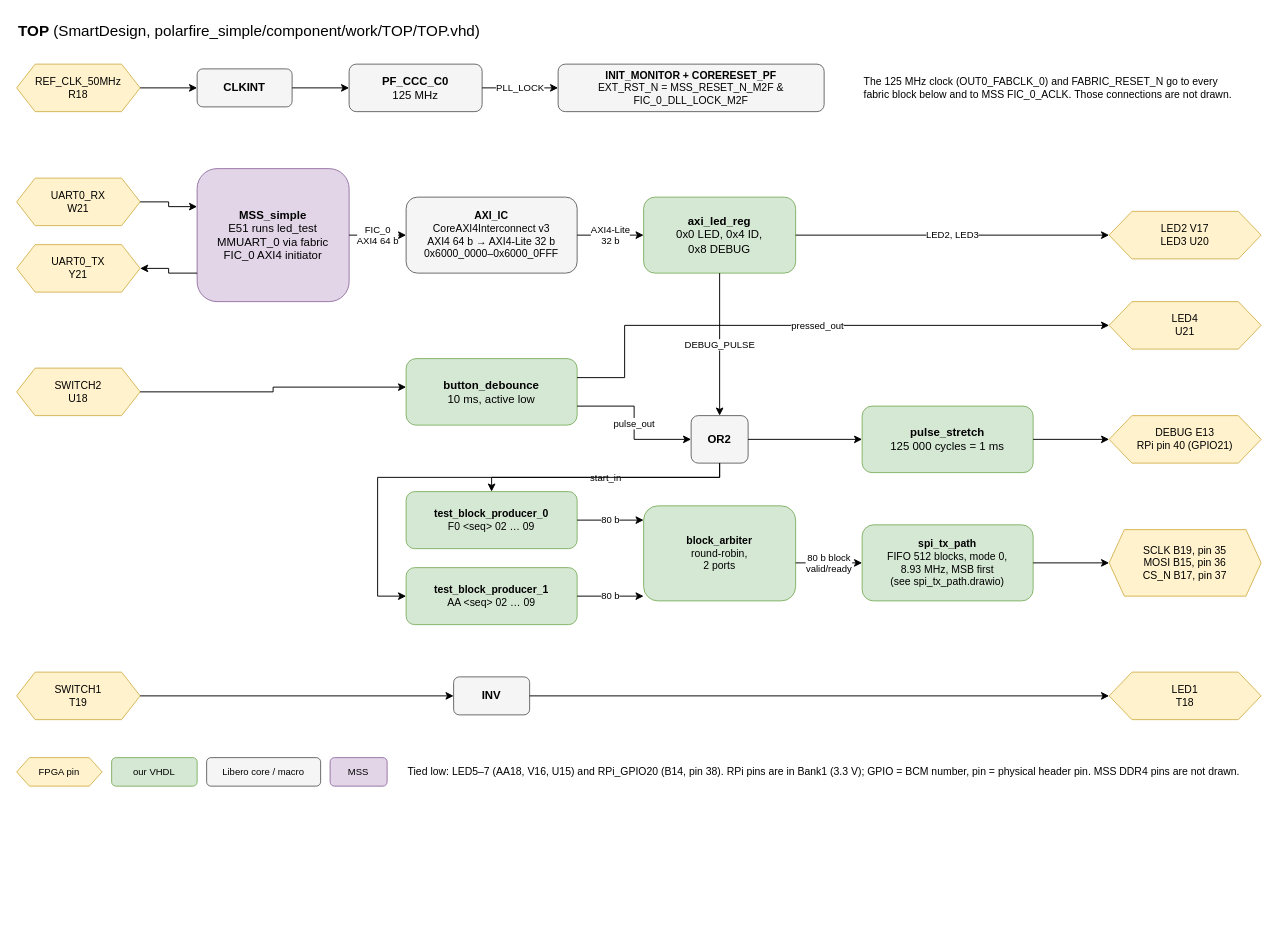
Earlier version of the draw.io diagram documentation/top_level.drawio (jenswilly/polarfire_simple). Source tidied: cells renumbered, new cells numbered last; positions are measured from the earlier drawing's top-left corner, leaving out a move shared by most shapes. Both pictures are drawn from the tidied source at 95%, with x=0, y=0 at pixel (16, 16).
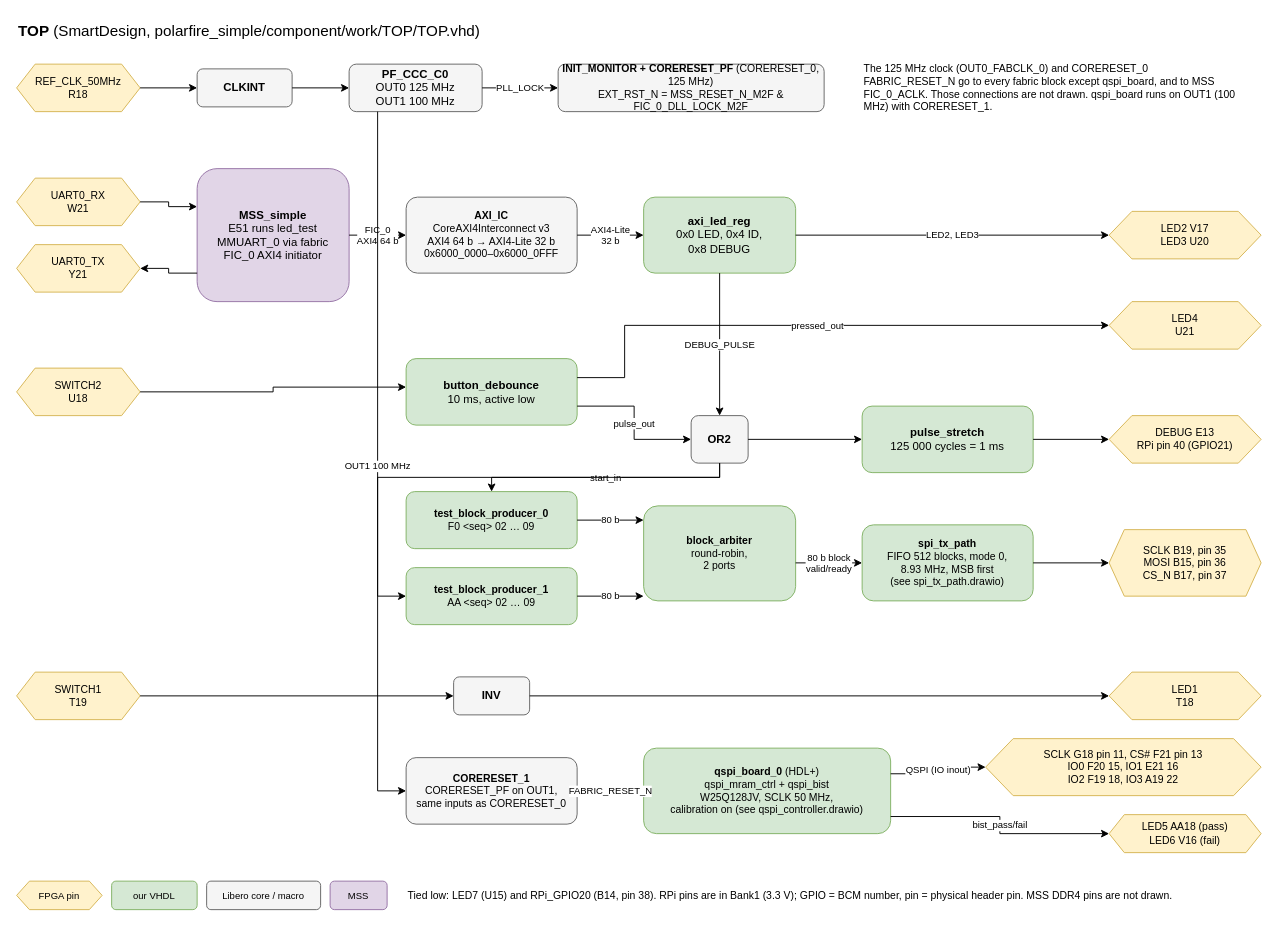
The same diagram, later.

The edit, as a diff of the source:
```diff
@@
-    <mxCell id="5" value="&lt;b&gt;PF_CCC_C0&lt;/b&gt;&lt;br&gt;125 MHz" style="rounded=1;whiteSpace=wrap;html=1;fillColor=#f5f5f5;strokeColor=#666666;" parent="1" vertex="1">
+    <mxCell id="5" value="&lt;b&gt;PF_CCC_C0&lt;/b&gt;&lt;br&gt;OUT0 125 MHz&lt;br&gt;OUT1 100 MHz" style="rounded=1;whiteSpace=wrap;html=1;fillColor=#f5f5f5;strokeColor=#666666;" parent="1" vertex="1">
       <mxGeometry x="350" y="50" width="140" height="50" as="geometry" />
     </mxCell>
-    <mxCell id="6" value="&lt;b&gt;INIT_MONITOR + CORERESET_PF&lt;/b&gt;&lt;br&gt;EXT_RST_N = MSS_RESET_N_M2F &amp;amp; FIC_0_DLL_LOCK_M2F" style="rounded=1;whiteSpace=wrap;html=1;fillColor=#f5f5f5;strokeColor=#666666;fontSize=11;" parent="1" vertex="1">
+    <mxCell id="6" value="&lt;b&gt;INIT_MONITOR + CORERESET_PF&lt;/b&gt; (CORERESET_0, 125 MHz)&lt;br&gt;EXT_RST_N = MSS_RESET_N_M2F &amp;amp; FIC_0_DLL_LOCK_M2F" style="rounded=1;whiteSpace=wrap;html=1;fillColor=#f5f5f5;strokeColor=#666666;fontSize=11;" parent="1" vertex="1">
       <mxGeometry x="570" y="50" width="280" height="50" as="geometry" />
     </mxCell>
-    <mxCell id="7" value="The 125 MHz clock (OUT0_FABCLK_0) and FABRIC_RESET_N go to every fabric block below and to MSS FIC_0_ACLK. Those connections are not drawn." style="text;html=1;align=left;verticalAlign=middle;whiteSpace=wrap;fontSize=11;" parent="1" vertex="1">
+    <mxCell id="7" value="The 125 MHz clock (OUT0_FABCLK_0) and CORERESET_0 FABRIC_RESET_N go to every fabric block except qspi_board, and to MSS FIC_0_ACLK. Those connections are not drawn. qspi_board runs on OUT1 (100 MHz) with CORERESET_1." style="text;html=1;align=left;verticalAlign=middle;whiteSpace=wrap;fontSize=11;" parent="1" vertex="1">
       <mxGeometry x="890" y="45" width="400" height="60" as="geometry" />
     </mxCell>
@@
     <mxCell id="50" value="FPGA pin" style="shape=hexagon;perimeter=hexagonPerimeter2;whiteSpace=wrap;html=1;size=0.15;fillColor=#fff2cc;strokeColor=#d6b656;fontSize=10;" parent="1" vertex="1">
-      <mxGeometry y="780" width="90" height="30" as="geometry" />
+      <mxGeometry y="910" width="90" height="30" as="geometry" />
     </mxCell>
     <mxCell id="51" value="our VHDL" style="rounded=1;whiteSpace=wrap;html=1;fillColor=#d5e8d4;strokeColor=#82b366;fontSize=10;" parent="1" vertex="1">
-      <mxGeometry x="100" y="780" width="90" height="30" as="geometry" />
+      <mxGeometry x="100" y="910" width="90" height="30" as="geometry" />
     </mxCell>
     <mxCell id="52" value="Libero core / macro" style="rounded=1;whiteSpace=wrap;html=1;fillColor=#f5f5f5;strokeColor=#666666;fontSize=10;" parent="1" vertex="1">
-      <mxGeometry x="200" y="780" width="120" height="30" as="geometry" />
+      <mxGeometry x="200" y="910" width="120" height="30" as="geometry" />
     </mxCell>
     <mxCell id="53" value="MSS" style="rounded=1;whiteSpace=wrap;html=1;fillColor=#e1d5e7;strokeColor=#9673a6;fontSize=10;" parent="1" vertex="1">
-      <mxGeometry x="330" y="780" width="60" height="30" as="geometry" />
+      <mxGeometry x="330" y="910" width="60" height="30" as="geometry" />
     </mxCell>
-    <mxCell id="54" value="Tied low: LED5–7 (AA18, V16, U15) and RPi_GPIO20 (B14, pin 38). RPi pins are in Bank1 (3.3 V); GPIO = BCM number, pin = physical header pin. MSS DDR4 pins are not drawn." style="text;html=1;align=left;verticalAlign=middle;whiteSpace=wrap;fontSize=11;" parent="1" vertex="1">
-      <mxGeometry x="410" y="770" width="900" height="50" as="geometry" />
+    <mxCell id="54" value="Tied low: LED7 (U15) and RPi_GPIO20 (B14, pin 38). RPi pins are in Bank1 (3.3 V); GPIO = BCM number, pin = physical header pin. MSS DDR4 pins are not drawn." style="text;html=1;align=left;verticalAlign=middle;whiteSpace=wrap;fontSize=11;" parent="1" vertex="1">
+      <mxGeometry x="410" y="900" width="900" height="50" as="geometry" />
     </mxCell>
+    <mxCell id="55" value="&lt;b&gt;CORERESET_1&lt;/b&gt;&lt;br&gt;CORERESET_PF on OUT1,&lt;br&gt;same inputs as CORERESET_0" style="rounded=1;whiteSpace=wrap;html=1;fillColor=#f5f5f5;strokeColor=#666666;fontSize=11;" parent="1" vertex="1">
+      <mxGeometry x="410" y="780" width="180" height="70" as="geometry" />
+    </mxCell>
+    <mxCell id="56" value="&lt;b&gt;qspi_board_0&lt;/b&gt; (HDL+)&lt;br&gt;qspi_mram_ctrl + qspi_bist&lt;br&gt;W25Q128JV, SCLK 50 MHz,&lt;br&gt;calibration on (see qspi_controller.drawio)" style="rounded=1;whiteSpace=wrap;html=1;fillColor=#d5e8d4;strokeColor=#82b366;fontSize=11;" parent="1" vertex="1">
+      <mxGeometry x="660" y="770" width="260" height="90" as="geometry" />
+    </mxCell>
+    <mxCell id="57" value="SCLK G18 pin 11, CS# F21 pin 13&lt;br&gt;IO0 F20 15, IO1 E21 16&lt;br&gt;IO2 F19 18, IO3 A19 22" style="shape=hexagon;perimeter=hexagonPerimeter2;whiteSpace=wrap;html=1;size=0.1;fillColor=#fff2cc;strokeColor=#d6b656;fontSize=11;" parent="1" vertex="1">
+      <mxGeometry x="1020" y="760" width="290" height="60" as="geometry" />
+    </mxCell>
+    <mxCell id="58" value="LED5 AA18 (pass)&lt;br&gt;LED6 V16 (fail)" style="shape=hexagon;perimeter=hexagonPerimeter2;whiteSpace=wrap;html=1;size=0.1;fillColor=#fff2cc;strokeColor=#d6b656;fontSize=11;" parent="1" vertex="1">
+      <mxGeometry x="1150" y="840" width="160" height="40" as="geometry" />
+    </mxCell>
+    <mxCell id="59" value="OUT1 100 MHz" style="edgeStyle=orthogonalEdgeStyle;rounded=0;html=1;fontSize=10;exitX=0.2143;exitY=1;entryX=0;entryY=0.5;" parent="1" edge="1" source="5" target="55">
+      <mxGeometry relative="1" as="geometry" />
+    </mxCell>
+    <mxCell id="60" value="FABRIC_RESET_N" style="edgeStyle=orthogonalEdgeStyle;rounded=0;html=1;fontSize=10;" parent="1" edge="1" source="55" target="56">
+      <mxGeometry relative="1" as="geometry" />
+    </mxCell>
+    <mxCell id="61" value="QSPI (IO inout)" style="edgeStyle=orthogonalEdgeStyle;rounded=0;html=1;fontSize=10;exitX=1;exitY=0.3;" parent="1" edge="1" source="56" target="57">
+      <mxGeometry relative="1" as="geometry" />
+    </mxCell>
+    <mxCell id="62" value="bist_pass/fail" style="edgeStyle=orthogonalEdgeStyle;rounded=0;html=1;fontSize=10;exitX=1;exitY=0.8;" parent="1" edge="1" source="56" target="58">
+      <mxGeometry relative="1" as="geometry" />
+    </mxCell>
```
